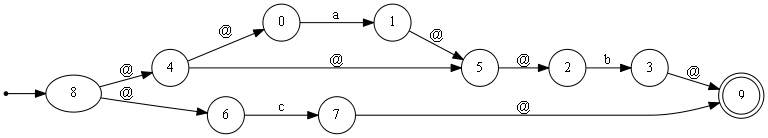
The Graphviz diagram View/fsm.gv.png in FabianPalacios/Automatas, before a commit. Its source is kept beside it as View/fsm.gv.
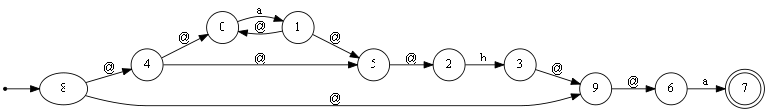
Above is the later version.

Change to the diagram source:
```diff
@@ -3,17 +3,18 @@
 	ini [shape=point]
 	ini -> 8
 	node [shape=doublecircle]
-	9
+	7
 	node [shape=circle]
 	0 -> 1 [label=a]
 	2 -> 3 [label=b]
 	4 -> 5 [label="@"]
 	4 -> 0 [label="@"]
+	1 -> 0 [label="@"]
 	1 -> 5 [label="@"]
 	5 -> 2 [label="@"]
-	6 -> 7 [label=c]
-	8 -> 6 [label="@"]
+	6 -> 7 [label=a]
+	8 -> 9 [label="@"]
 	8 -> 4 [label="@"]
-	7 -> 9 [label="@"]
 	3 -> 9 [label="@"]
+	9 -> 6 [label="@"]
 }
```
